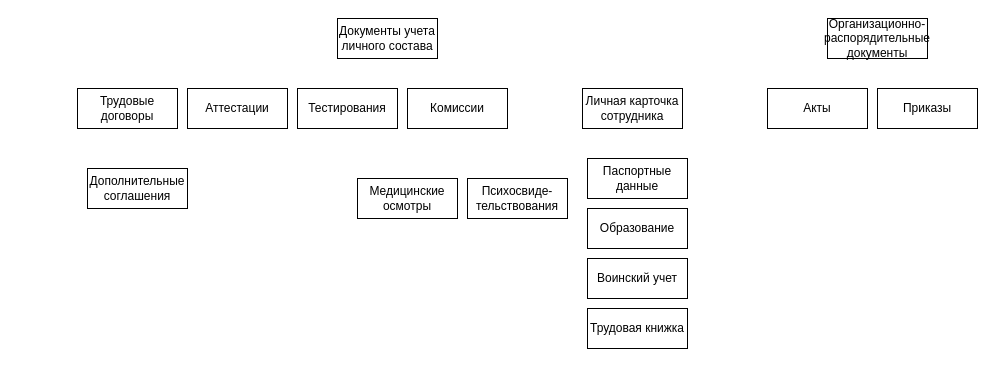
The draw.io diagram Сущностьсвязь.drawio in lyudmilareshetyuk/draw.io, before the edit. Source tidied: cells renumbered, new cells numbered last; positions are measured from the earlier drawing's top-left corner, leaving out a move shared by most shapes. Both pictures are drawn from the tidied source at 100%, with x=0, y=0 at pixel (77, 18).
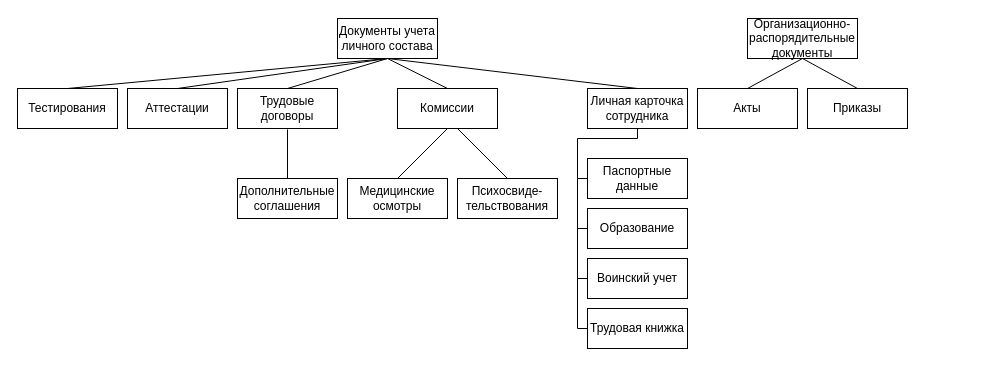
After the change.

Unchanged cells that the change refers to:
```xml
<mxCell id="2" value="Документы учета личного состава" style="whiteSpace=wrap;html=1;align=center;" parent="1" vertex="1">
  <mxGeometry x="260" width="100" height="40" as="geometry" />
</mxCell>
<mxCell id="13" value="Образование" style="whiteSpace=wrap;html=1;align=center;" parent="1" vertex="1">
  <mxGeometry x="510" y="190" width="100" height="40" as="geometry" />
</mxCell>
<mxCell id="14" value="Воинский учет" style="whiteSpace=wrap;html=1;align=center;" parent="1" vertex="1">
  <mxGeometry x="510" y="240" width="100" height="40" as="geometry" />
</mxCell>
<mxCell id="15" value="Трудовая книжка" style="whiteSpace=wrap;html=1;align=center;" parent="1" vertex="1">
  <mxGeometry x="510" y="290" width="100" height="40" as="geometry" />
</mxCell>
```

The edit, as a diff of the source:
```diff
@@
     <mxCell id="3" value="Организационно-распорядительные документы" style="whiteSpace=wrap;html=1;align=center;" parent="1" vertex="1">
-      <mxGeometry x="750" width="100" height="40" as="geometry" />
+      <mxGeometry x="670" width="110" height="40" as="geometry" />
     </mxCell>
     <mxCell id="4" value="Трудовые договоры" style="whiteSpace=wrap;html=1;align=center;" parent="1" vertex="1">
-      <mxGeometry y="70" width="100" height="40" as="geometry" />
+      <mxGeometry x="160" y="70" width="100" height="40" as="geometry" />
     </mxCell>
     <mxCell id="5" value="Комиссии" style="whiteSpace=wrap;html=1;align=center;" parent="1" vertex="1">
-      <mxGeometry x="330" y="70" width="100" height="40" as="geometry" />
+      <mxGeometry x="320" y="70" width="100" height="40" as="geometry" />
     </mxCell>
     <mxCell id="6" value="Тестирования" style="whiteSpace=wrap;html=1;align=center;" parent="1" vertex="1">
-      <mxGeometry x="220" y="70" width="100" height="40" as="geometry" />
+      <mxGeometry x="-60" y="70" width="100" height="40" as="geometry" />
     </mxCell>
     <mxCell id="7" value="Аттестации" style="whiteSpace=wrap;html=1;align=center;" parent="1" vertex="1">
-      <mxGeometry x="110" y="70" width="100" height="40" as="geometry" />
+      <mxGeometry x="50" y="70" width="100" height="40" as="geometry" />
     </mxCell>
     <mxCell id="8" value="Личная карточка сотрудника" style="whiteSpace=wrap;html=1;align=center;" parent="1" vertex="1">
-      <mxGeometry x="505" y="70" width="100" height="40" as="geometry" />
+      <mxGeometry x="510" y="70" width="100" height="40" as="geometry" />
     </mxCell>
     <mxCell id="9" value="Дополнительные соглашения" style="whiteSpace=wrap;html=1;align=center;" parent="1" vertex="1">
-      <mxGeometry x="10" y="150" width="100" height="40" as="geometry" />
+      <mxGeometry x="160" y="160" width="100" height="40" as="geometry" />
     </mxCell>
     <mxCell id="10" value="Медицинские осмотры" style="whiteSpace=wrap;html=1;align=center;" parent="1" vertex="1">
-      <mxGeometry x="280" y="160" width="100" height="40" as="geometry" />
+      <mxGeometry x="270" y="160" width="100" height="40" as="geometry" />
     </mxCell>
     <mxCell id="11" value="Психосвиде-тельствования" style="whiteSpace=wrap;html=1;align=center;" parent="1" vertex="1">
-      <mxGeometry x="390" y="160" width="100" height="40" as="geometry" />
+      <mxGeometry x="380" y="160" width="100" height="40" as="geometry" />
     </mxCell>
@@
     <mxCell id="16" value="Акты" style="whiteSpace=wrap;html=1;align=center;" parent="1" vertex="1">
-      <mxGeometry x="690" y="70" width="100" height="40" as="geometry" />
+      <mxGeometry x="620" y="70" width="100" height="40" as="geometry" />
     </mxCell>
     <mxCell id="17" value="Приказы" style="whiteSpace=wrap;html=1;align=center;" parent="1" vertex="1">
-      <mxGeometry x="800" y="70" width="100" height="40" as="geometry" />
+      <mxGeometry x="730" y="70" width="100" height="40" as="geometry" />
     </mxCell>
+    <mxCell id="18" style="endArrow=none;html=1;rounded=0;entryX=0.5;entryY=1;entryDx=0;entryDy=0;exitX=0.5;exitY=0;exitDx=0;exitDy=0;" parent="1" edge="1" source="4" target="2">
+      <mxGeometry relative="1" as="geometry" />
+    </mxCell>
+    <mxCell id="19" style="endArrow=none;html=1;rounded=0;entryX=0.5;entryY=1;entryDx=0;entryDy=0;exitX=0.5;exitY=0;exitDx=0;exitDy=0;" parent="1" edge="1" source="7" target="2">
+      <mxGeometry relative="1" as="geometry" />
+    </mxCell>
+    <mxCell id="20" style="endArrow=none;html=1;rounded=0;entryX=0.5;entryY=1;entryDx=0;entryDy=0;exitX=0.5;exitY=0;exitDx=0;exitDy=0;" parent="1" edge="1" source="6" target="2">
+      <mxGeometry relative="1" as="geometry" />
+    </mxCell>
+    <mxCell id="21" style="endArrow=none;html=1;rounded=0;exitX=0.5;exitY=1;exitDx=0;exitDy=0;entryX=0.5;entryY=0;entryDx=0;entryDy=0;" parent="1" edge="1" source="2" target="5">
+      <mxGeometry relative="1" as="geometry" />
+    </mxCell>
+    <mxCell id="22" style="endArrow=none;html=1;rounded=0;entryX=0.5;entryY=1;entryDx=0;entryDy=0;exitX=0.5;exitY=0;exitDx=0;exitDy=0;" parent="1" edge="1" source="16" target="3">
+      <mxGeometry relative="1" as="geometry" />
+    </mxCell>
+    <mxCell id="23" style="endArrow=none;html=1;rounded=0;entryX=0.5;entryY=1;entryDx=0;entryDy=0;exitX=0.5;exitY=0;exitDx=0;exitDy=0;" parent="1" edge="1" source="17" target="3">
+      <mxGeometry relative="1" as="geometry" />
+    </mxCell>
+    <mxCell id="24" style="endArrow=none;html=1;rounded=0;" parent="1" edge="1" target="9">
+      <mxGeometry relative="1" as="geometry">
+        <mxPoint x="210" y="111" as="sourcePoint" />
+      </mxGeometry>
+    </mxCell>
+    <mxCell id="25" style="endArrow=none;html=1;rounded=0;entryX=0.5;entryY=1;entryDx=0;entryDy=0;exitX=0.5;exitY=0;exitDx=0;exitDy=0;" parent="1" edge="1" source="10" target="5">
+      <mxGeometry relative="1" as="geometry" />
+    </mxCell>
+    <mxCell id="26" style="endArrow=none;html=1;rounded=0;entryX=0.5;entryY=0;entryDx=0;entryDy=0;" parent="1" edge="1" target="11">
+      <mxGeometry relative="1" as="geometry">
+        <mxPoint x="380" y="110" as="sourcePoint" />
+      </mxGeometry>
+    </mxCell>
+    <mxCell id="27" style="endArrow=none;html=1;rounded=0;exitX=0.5;exitY=1;exitDx=0;exitDy=0;entryX=0.5;entryY=0;entryDx=0;entryDy=0;" parent="1" edge="1" source="2" target="8">
+      <mxGeometry relative="1" as="geometry" />
+    </mxCell>
+    <mxCell id="28" style="endArrow=none;html=1;rounded=0;exitX=0.5;exitY=1;exitDx=0;exitDy=0;" parent="1" edge="1" source="8">
+      <mxGeometry relative="1" as="geometry">
+        <mxPoint x="560" y="120" as="targetPoint" />
+      </mxGeometry>
+    </mxCell>
+    <mxCell id="29" style="endArrow=none;html=1;rounded=0;" parent="1" edge="1">
+      <mxGeometry relative="1" as="geometry">
+        <mxPoint x="560" y="120" as="sourcePoint" />
+        <mxPoint x="500" y="120" as="targetPoint" />
+      </mxGeometry>
+    </mxCell>
+    <mxCell id="30" style="endArrow=none;html=1;rounded=0;" parent="1" edge="1">
+      <mxGeometry relative="1" as="geometry">
+        <mxPoint x="500" y="120" as="sourcePoint" />
+        <mxPoint x="500" y="310" as="targetPoint" />
+      </mxGeometry>
+    </mxCell>
+    <mxCell id="31" style="endArrow=none;html=1;rounded=0;entryX=0;entryY=0.5;entryDx=0;entryDy=0;" parent="1" edge="1" target="15">
+      <mxGeometry relative="1" as="geometry">
+        <mxPoint x="500" y="310" as="sourcePoint" />
+      </mxGeometry>
+    </mxCell>
+    <mxCell id="32" style="endArrow=none;html=1;rounded=0;entryX=0;entryY=0.5;entryDx=0;entryDy=0;" parent="1" edge="1" target="14">
+      <mxGeometry relative="1" as="geometry">
+        <mxPoint x="500" y="260" as="sourcePoint" />
+      </mxGeometry>
+    </mxCell>
+    <mxCell id="33" style="endArrow=none;html=1;rounded=0;entryX=0;entryY=0.5;entryDx=0;entryDy=0;" parent="1" edge="1" target="13">
+      <mxGeometry relative="1" as="geometry">
+        <mxPoint x="500" y="210" as="sourcePoint" />
+      </mxGeometry>
+    </mxCell>
+    <mxCell id="34" style="endArrow=none;html=1;rounded=0;" parent="1" edge="1">
+      <mxGeometry relative="1" as="geometry">
+        <mxPoint x="500" y="160" as="sourcePoint" />
+        <mxPoint x="510" y="160" as="targetPoint" />
+      </mxGeometry>
+    </mxCell>
```
